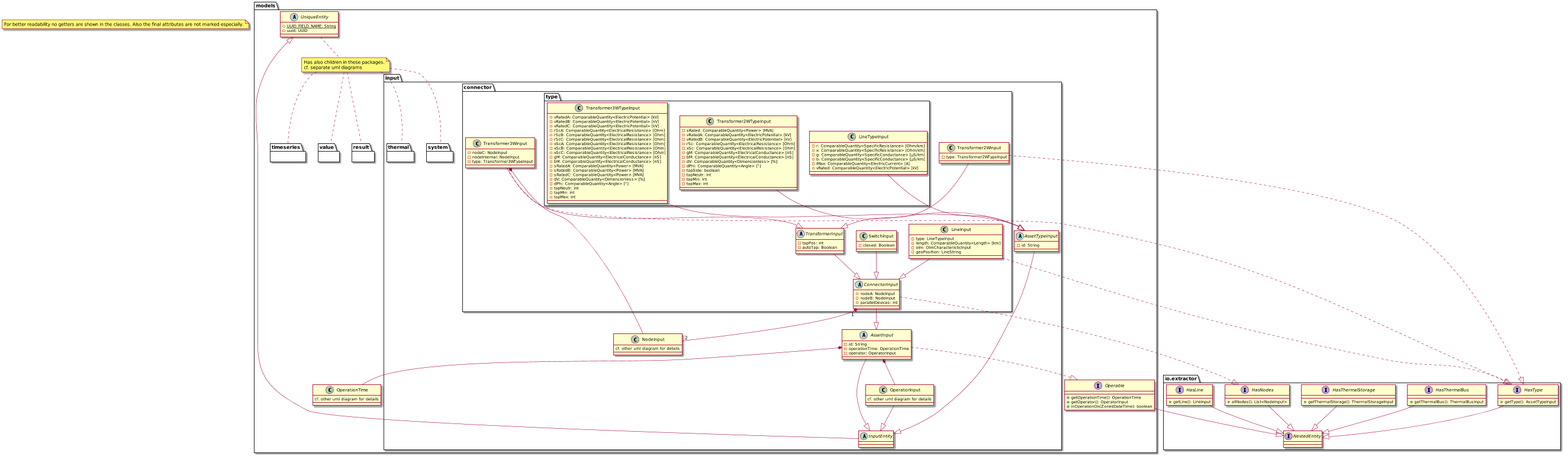
ie3-institute/PowerSystemDataModel keeps this PlantUML diagram as docs/readthedocs/_static/figures/uml/ConnectorDatamodelConcept.png. Above is the earlier version.
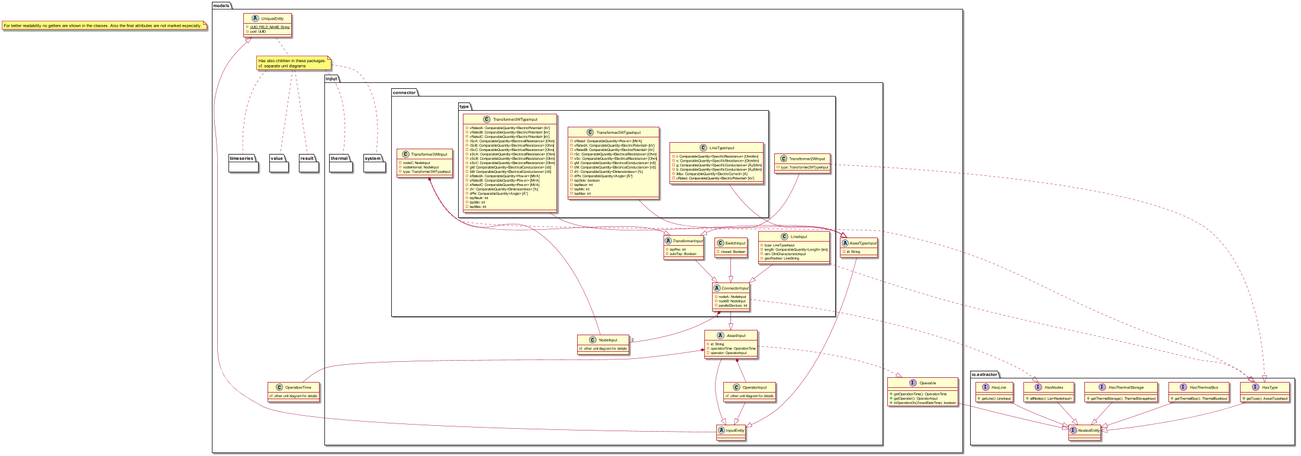
The same diagram one commit later.

Diff of the diagram source:
```diff
@@ -94,8 +94,8 @@
                 class LineTypeInput {
                     - r: ComparableQuantity<SpecificResistance> [Ohm/km]
                     - x: ComparableQuantity<SpecificResistance> [Ohm/km]
-                    - g: ComparableQuantity<SpecificConductance> [µS/km]
-                    - b: ComparableQuantity<SpecificConductance> [µS/km]
+                    - g: ComparableQuantity<SpecificConductance> [ÂµS/km]
+                    - b: ComparableQuantity<SpecificConductance> [ÂµS/km]
                     - iMax: ComparableQuantity<ElectricCurrent> [A]
                     - vRated: ComparableQuantity<ElectricPotential> [kV]
                 }
@@ -110,7 +110,7 @@
                     - gM: ComparableQuantity<ElectricalConductance> [nS]
                     - bM: ComparableQuantity<ElectricalConductance> [nS]
                     - dV: ComparableQuantity<Dimensionless> [%]
-                    - dPhi: ComparableQuantity<Angle> [°]
+                    - dPhi: ComparableQuantity<Angle> [Â°]
                     - tapSide: boolean
                     - tapNeutr: int
                     - tapMin: int
@@ -134,7 +134,7 @@
                     - sRatedB: ComparableQuantity<Power> [MVA]
                     - sRatedC: ComparableQuantity<Power> [MVA]
                     - dV: ComparableQuantity<Dimensionless> [%]
-                    - dPhi: ComparableQuantity<Angle> [°]
+                    - dPhi: ComparableQuantity<Angle> [Â°]
                     - tapNeutr: int
                     - tapMin: int
                     - tapMax: int
```
